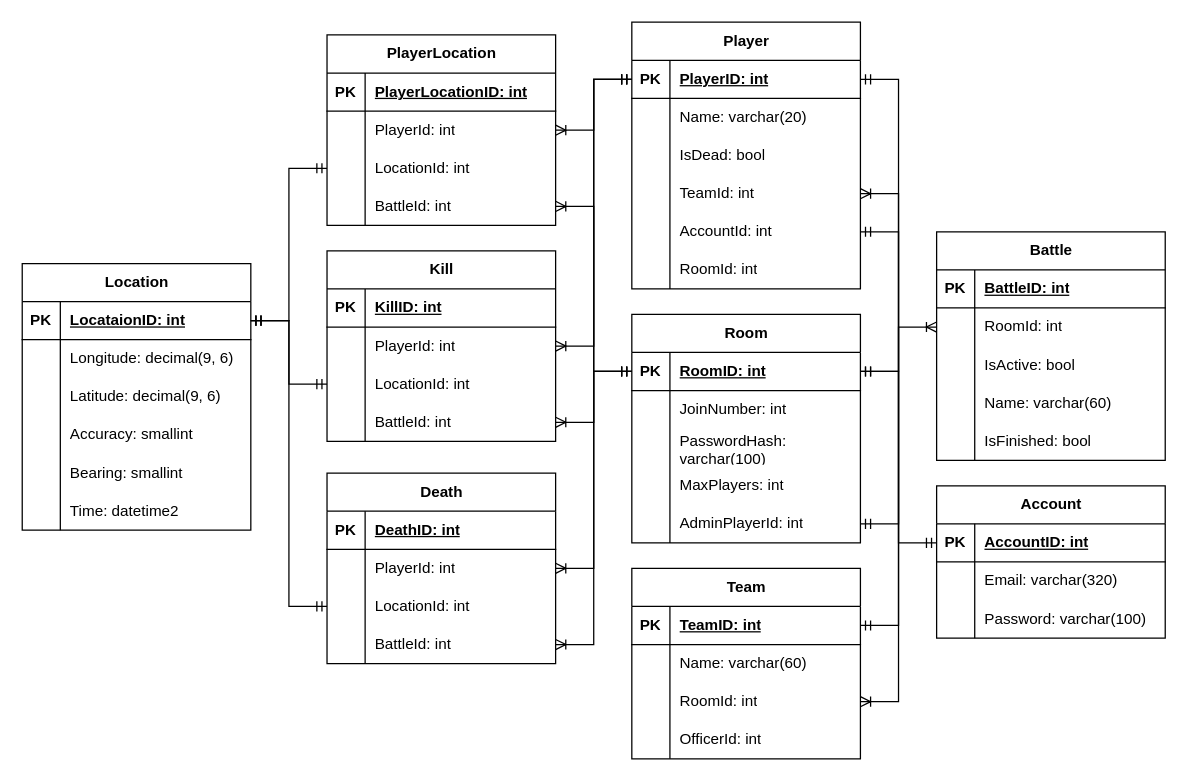
This is BMSDatabaseSqlBlueprint.drawio from ErNeRooo/AirsoftBattlefieldManagementSystemAPI, a draw.io file, before an edit. Source tidied: cells renumbered, new cells numbered last; positions are measured from the earlier drawing's top-left corner, leaving out a move shared by most shapes. Both pictures are drawn from the tidied source at 127%, with x=0, y=0 at pixel (22, 22).
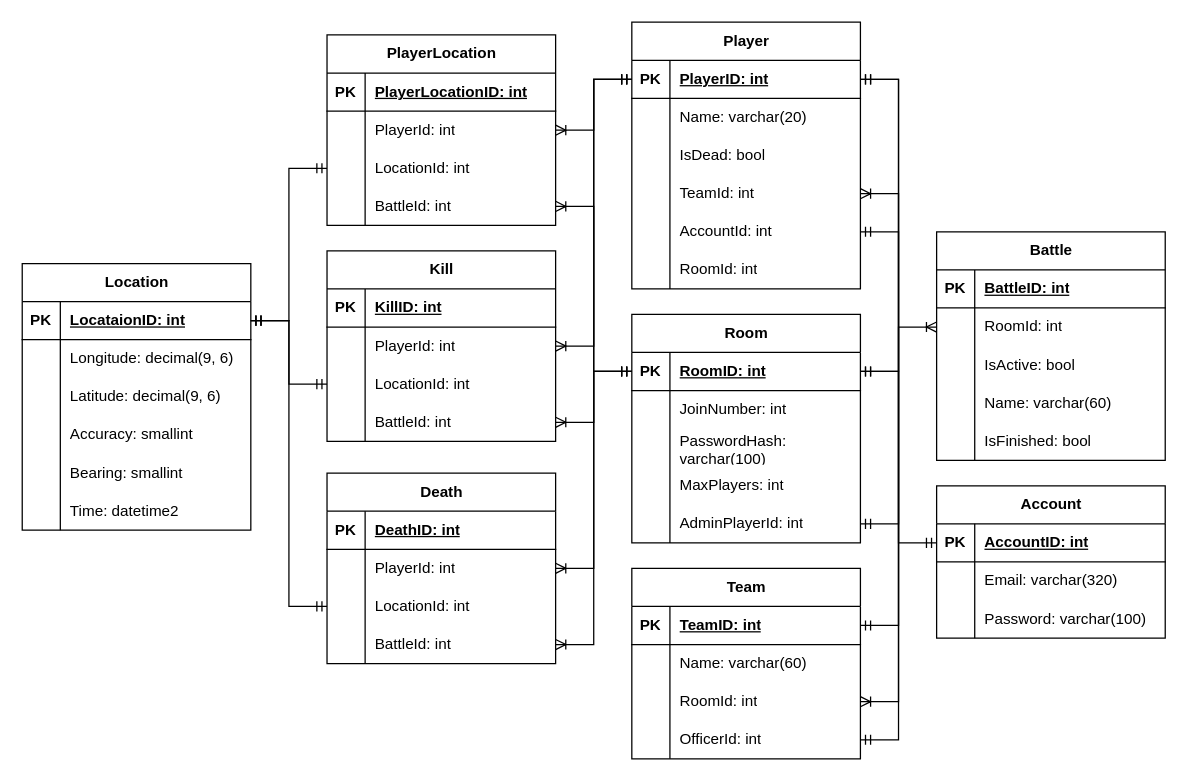
The same diagram, later.

The change refers to these unchanged cells:
```xml
<mxCell id="25" style="shape=tableRow;horizontal=0;startSize=0;swimlaneHead=0;swimlaneBody=0;fillColor=none;points=[[0,0.5],[1,0.5]];portConstraint=eastwest;top=0;left=0;right=0;bottom=0;" parent="15" vertex="1">
  <mxGeometry y="120" width="180" height="30" as="geometry" />
</mxCell>
<mxCell id="61" style="shape=tableRow;horizontal=0;startSize=0;swimlaneHead=0;swimlaneBody=0;fillColor=none;points=[[0,0.5],[1,0.5]];portConstraint=eastwest;top=0;left=0;right=0;bottom=1;" parent="60" vertex="1">
  <mxGeometry y="30" width="180" height="30" as="geometry" />
</mxCell>
```

Diff of the diagram source:
```diff
@@
+    <mxCell id="148" style="edgeStyle=entityRelationEdgeStyle;fontSize=12;html=1;endArrow=ERmandOne;startArrow=ERmandOne;rounded=0;strokeColor=light-dark(#000000,#00FFFC);" parent="1" edge="1" source="25" target="61">
+      <mxGeometry relative="1" as="geometry">
+        <Array as="points">
+          <mxPoint x="750" y="1290" />
+          <mxPoint x="770" y="1290" />
+        </Array>
+      </mxGeometry>
+    </mxCell>
```
